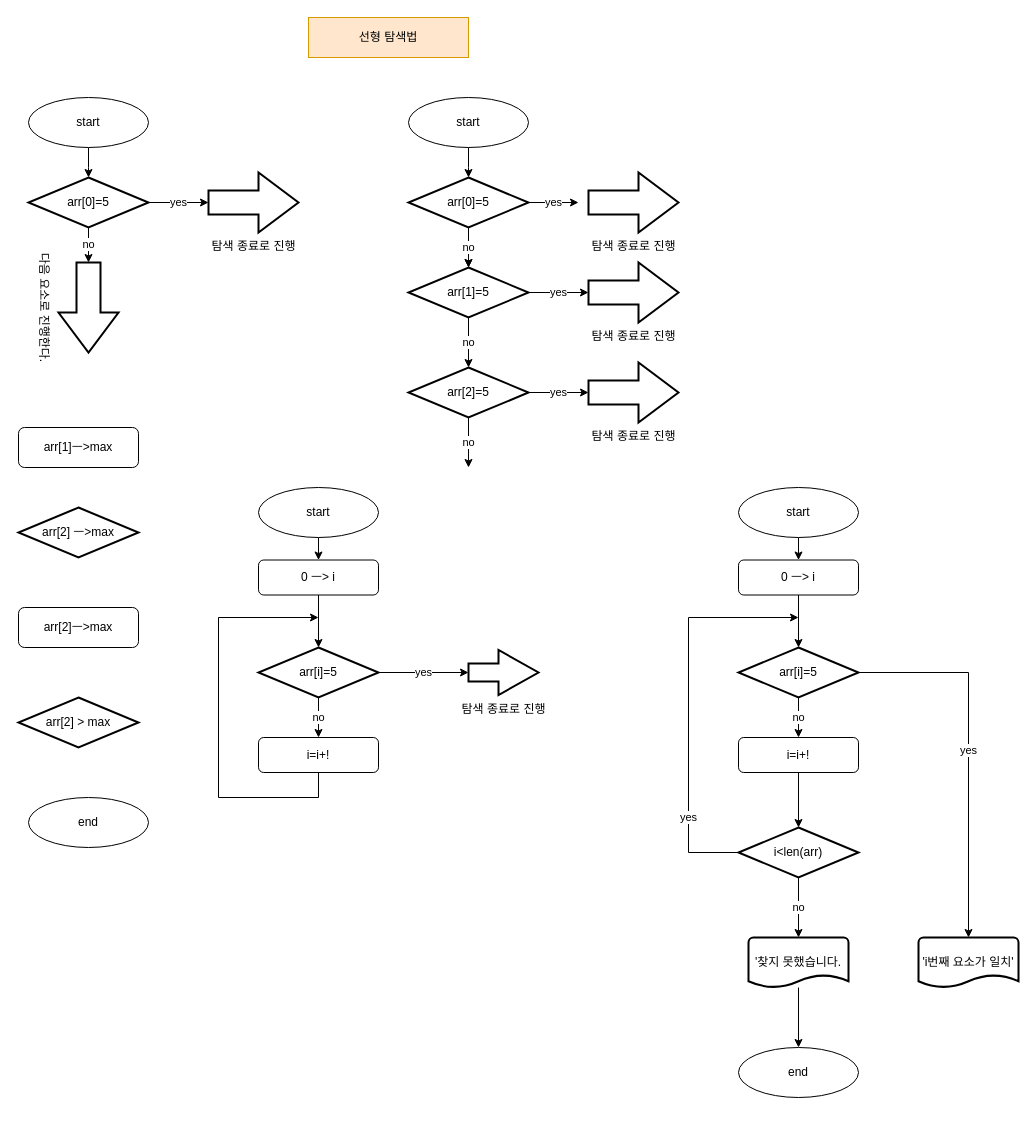
Earlier version of the draw.io diagram 순서도_탐색_이진탐색법.drawio (Minjsi/ai). Source tidied: cells renumbered, new cells numbered last; positions are measured from the earlier drawing's top-left corner, leaving out a move shared by most shapes. Both pictures are drawn from the tidied source at 100%, with x=0, y=0 at pixel (18, 17).
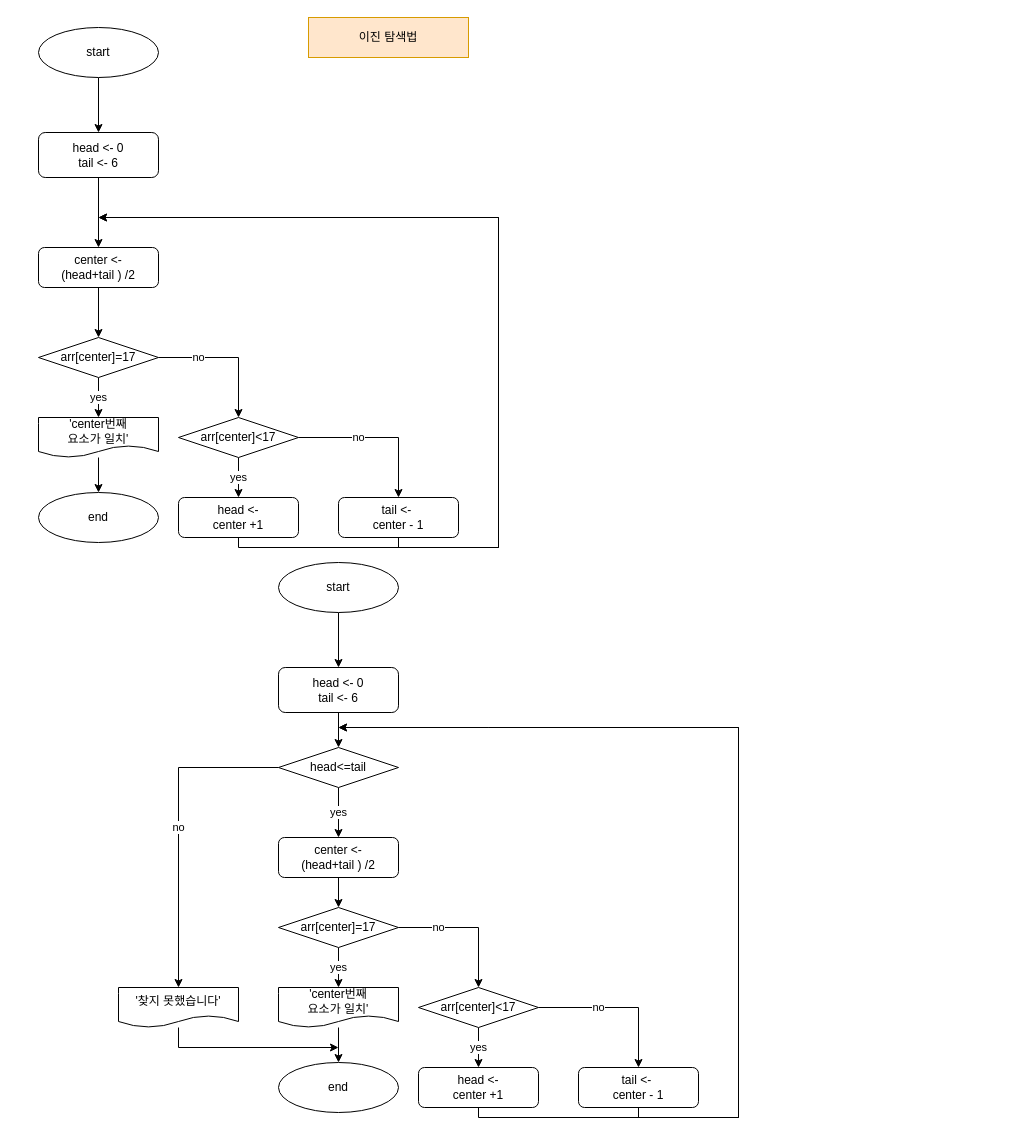
After the change.

What changed in the source:
```diff
@@
-    <mxCell id="2" value="선형 탐색법" style="rounded=0;whiteSpace=wrap;html=1;fillColor=#ffe6cc;strokeColor=#d79b00;" parent="1" vertex="1">
+    <mxCell id="2" value="이진 탐색법" style="rounded=0;whiteSpace=wrap;html=1;fillColor=#ffe6cc;strokeColor=#d79b00;" parent="1" vertex="1">
       <mxGeometry x="290" width="160" height="40" as="geometry" />
     </mxCell>
-    <mxCell id="3" style="edgeStyle=orthogonalEdgeStyle;rounded=0;jettySize=auto;html=1;" parent="1" edge="1" source="4">
-      <mxGeometry relative="1" as="geometry">
-        <mxPoint x="70" y="160" as="targetPoint" />
-      </mxGeometry>
-    </mxCell>
-    <mxCell id="4" value="start" style="ellipse;whiteSpace=wrap;html=1;" parent="1" vertex="1">
-      <mxGeometry x="10" y="80" width="120" height="50" as="geometry" />
-    </mxCell>
-    <mxCell id="5" value="end" style="ellipse;whiteSpace=wrap;html=1;" parent="1" vertex="1">
-      <mxGeometry x="10" y="780" width="120" height="50" as="geometry" />
-    </mxCell>
-    <mxCell id="6" value="yes" style="edgeStyle=orthogonalEdgeStyle;rounded=0;jettySize=auto;html=1;entryX=0;entryY=0.5;entryDx=0;entryDy=0;entryPerimeter=0;" parent="1" edge="1" source="8" target="13">
-      <mxGeometry relative="1" as="geometry" />
-    </mxCell>
-    <mxCell id="7" value="no" style="edgeStyle=orthogonalEdgeStyle;rounded=0;jettySize=auto;html=1;entryX=0;entryY=0.5;entryDx=0;entryDy=0;entryPerimeter=0;" parent="1" edge="1" source="8" target="14">
-      <mxGeometry relative="1" as="geometry" />
-    </mxCell>
-    <mxCell id="8" value="arr[0]=5" style="strokeWidth=2;html=1;shape=mxgraph.flowchart.decision;whiteSpace=wrap;" parent="1" vertex="1">
-      <mxGeometry x="10" y="160" width="120" height="50" as="geometry" />
-    </mxCell>
-    <mxCell id="9" value="arr[2] ㅡ&amp;gt;max" style="strokeWidth=2;html=1;shape=mxgraph.flowchart.decision;whiteSpace=wrap;" parent="1" vertex="1">
-      <mxGeometry y="490" width="120" height="50" as="geometry" />
-    </mxCell>
-    <mxCell id="10" value="arr[2] &amp;gt; max" style="strokeWidth=2;html=1;shape=mxgraph.flowchart.decision;whiteSpace=wrap;" parent="1" vertex="1">
-      <mxGeometry y="680" width="120" height="50" as="geometry" />
-    </mxCell>
-    <mxCell id="11" value="arr[1]ㅡ&amp;gt;max" style="rounded=1;whiteSpace=wrap;html=1;" parent="1" vertex="1">
-      <mxGeometry y="410" width="120" height="40" as="geometry" />
-    </mxCell>
-    <mxCell id="12" value="arr[2]ㅡ&amp;gt;max" style="rounded=1;whiteSpace=wrap;html=1;" parent="1" vertex="1">
-      <mxGeometry y="590" width="120" height="40" as="geometry" />
-    </mxCell>
-    <mxCell id="13" value="탐색 종료로 진행" style="verticalLabelPosition=bottom;verticalAlign=top;html=1;strokeWidth=2;shape=mxgraph.arrows2.arrow;dy=0.6;dx=40;notch=0;" parent="1" vertex="1">
-      <mxGeometry x="190" y="155" width="90" height="60" as="geometry" />
-    </mxCell>
-    <mxCell id="14" value="다음 요소로 진행한다." style="verticalLabelPosition=bottom;verticalAlign=top;html=1;strokeWidth=2;shape=mxgraph.arrows2.arrow;dy=0.6;dx=40;notch=0;rotation=90;" parent="1" vertex="1">
-      <mxGeometry x="25" y="260" width="90" height="60" as="geometry" />
-    </mxCell>
-    <mxCell id="15" style="edgeStyle=orthogonalEdgeStyle;rounded=0;jettySize=auto;html=1;" parent="1" edge="1" source="16">
-      <mxGeometry relative="1" as="geometry">
-        <mxPoint x="450" y="160" as="targetPoint" />
-      </mxGeometry>
-    </mxCell>
-    <mxCell id="16" value="start" style="ellipse;whiteSpace=wrap;html=1;" parent="1" vertex="1">
-      <mxGeometry x="390" y="80" width="120" height="50" as="geometry" />
-    </mxCell>
-    <mxCell id="17" style="edgeStyle=orthogonalEdgeStyle;rounded=0;jettySize=auto;html=1;" parent="1" edge="1" source="20" target="23">
-      <mxGeometry relative="1" as="geometry" />
-    </mxCell>
-    <mxCell id="18" value="yes" style="edgeStyle=orthogonalEdgeStyle;rounded=0;jettySize=auto;html=1;" parent="1" edge="1" source="20">
-      <mxGeometry relative="1" as="geometry">
-        <mxPoint x="560" y="185" as="targetPoint" />
-      </mxGeometry>
-    </mxCell>
-    <mxCell id="19" value="no" style="edgeStyle=orthogonalEdgeStyle;rounded=0;jettySize=auto;html=1;" parent="1" edge="1" source="20" target="23">
-      <mxGeometry relative="1" as="geometry" />
-    </mxCell>
-    <mxCell id="20" value="arr[0]=5" style="strokeWidth=2;html=1;shape=mxgraph.flowchart.decision;whiteSpace=wrap;" parent="1" vertex="1">
-      <mxGeometry x="390" y="160" width="120" height="50" as="geometry" />
-    </mxCell>
-    <mxCell id="21" value="no" style="edgeStyle=orthogonalEdgeStyle;rounded=0;jettySize=auto;html=1;" parent="1" edge="1" source="23" target="26">
-      <mxGeometry relative="1" as="geometry" />
-    </mxCell>
-    <mxCell id="22" value="yes" style="edgeStyle=orthogonalEdgeStyle;rounded=0;jettySize=auto;html=1;" parent="1" edge="1" source="23" target="28">
-      <mxGeometry relative="1" as="geometry" />
-    </mxCell>
-    <mxCell id="23" value="arr[1]=5" style="strokeWidth=2;html=1;shape=mxgraph.flowchart.decision;whiteSpace=wrap;" parent="1" vertex="1">
-      <mxGeometry x="390" y="250" width="120" height="50" as="geometry" />
-    </mxCell>
-    <mxCell id="24" value="yes" style="edgeStyle=orthogonalEdgeStyle;rounded=0;jettySize=auto;html=1;" parent="1" edge="1" source="26" target="29">
-      <mxGeometry relative="1" as="geometry" />
-    </mxCell>
-    <mxCell id="25" value="no" style="edgeStyle=orthogonalEdgeStyle;rounded=0;jettySize=auto;html=1;" parent="1" edge="1" source="26">
-      <mxGeometry relative="1" as="geometry">
-        <mxPoint x="450" y="450" as="targetPoint" />
-      </mxGeometry>
-    </mxCell>
-    <mxCell id="26" value="arr[2]=5" style="strokeWidth=2;html=1;shape=mxgraph.flowchart.decision;whiteSpace=wrap;" parent="1" vertex="1">
-      <mxGeometry x="390" y="350" width="120" height="50" as="geometry" />
-    </mxCell>
-    <mxCell id="27" value="탐색 종료로 진행" style="verticalLabelPosition=bottom;verticalAlign=top;html=1;strokeWidth=2;shape=mxgraph.arrows2.arrow;dy=0.6;dx=40;notch=0;" parent="1" vertex="1">
-      <mxGeometry x="570" y="155" width="90" height="60" as="geometry" />
-    </mxCell>
-    <mxCell id="28" value="탐색 종료로 진행" style="verticalLabelPosition=bottom;verticalAlign=top;html=1;strokeWidth=2;shape=mxgraph.arrows2.arrow;dy=0.6;dx=40;notch=0;" parent="1" vertex="1">
-      <mxGeometry x="570" y="245" width="90" height="60" as="geometry" />
-    </mxCell>
-    <mxCell id="29" value="탐색 종료로 진행" style="verticalLabelPosition=bottom;verticalAlign=top;html=1;strokeWidth=2;shape=mxgraph.arrows2.arrow;dy=0.6;dx=40;notch=0;" parent="1" vertex="1">
-      <mxGeometry x="570" y="345" width="90" height="60" as="geometry" />
-    </mxCell>
-    <mxCell id="30" style="edgeStyle=orthogonalEdgeStyle;rounded=0;jettySize=auto;html=1;" parent="1" edge="1" source="31" target="36">
-      <mxGeometry relative="1" as="geometry" />
-    </mxCell>
-    <mxCell id="31" value="start" style="ellipse;whiteSpace=wrap;html=1;" parent="1" vertex="1">
-      <mxGeometry x="240" y="470" width="120" height="50" as="geometry" />
-    </mxCell>
-    <mxCell id="32" value="no" style="edgeStyle=orthogonalEdgeStyle;rounded=0;jettySize=auto;html=1;entryX=0.5;entryY=0;entryDx=0;entryDy=0;" parent="1" edge="1" source="34" target="38">
-      <mxGeometry relative="1" as="geometry" />
-    </mxCell>
-    <mxCell id="33" value="yes" style="edgeStyle=orthogonalEdgeStyle;rounded=0;jettySize=auto;html=1;exitX=1;exitY=0.5;exitDx=0;exitDy=0;exitPerimeter=0;entryX=0;entryY=0.5;entryDx=0;entryDy=0;entryPerimeter=0;" parent="1" edge="1" source="34" target="39">
-      <mxGeometry relative="1" as="geometry" />
-    </mxCell>
-    <mxCell id="34" value="arr[i]=5" style="strokeWidth=2;html=1;shape=mxgraph.flowchart.decision;whiteSpace=wrap;" parent="1" vertex="1">
-      <mxGeometry x="240" y="630" width="120" height="50" as="geometry" />
-    </mxCell>
-    <mxCell id="35" style="edgeStyle=orthogonalEdgeStyle;rounded=0;jettySize=auto;html=1;" parent="1" edge="1" source="36" target="34">
-      <mxGeometry relative="1" as="geometry" />
-    </mxCell>
-    <mxCell id="36" value="0 ㅡ&amp;gt; i" style="rounded=1;whiteSpace=wrap;html=1;" parent="1" vertex="1">
-      <mxGeometry x="240" y="542.5" width="120" height="35" as="geometry" />
-    </mxCell>
-    <mxCell id="37" style="edgeStyle=orthogonalEdgeStyle;rounded=0;jettySize=auto;html=1;" parent="1" edge="1" source="38">
-      <mxGeometry relative="1" as="geometry">
-        <mxPoint x="300" y="600" as="targetPoint" />
-        <Array as="points">
-          <mxPoint x="300" y="780" />
-          <mxPoint x="200" y="780" />
-        </Array>
-      </mxGeometry>
-    </mxCell>
-    <mxCell id="38" value="i=i+!" style="rounded=1;whiteSpace=wrap;html=1;" parent="1" vertex="1">
-      <mxGeometry x="240" y="720" width="120" height="35" as="geometry" />
-    </mxCell>
-    <mxCell id="39" value="탐색 종료로 진행" style="verticalLabelPosition=bottom;verticalAlign=top;html=1;strokeWidth=2;shape=mxgraph.arrows2.arrow;dy=0.6;dx=40;notch=0;" parent="1" vertex="1">
-      <mxGeometry x="450" y="632.5" width="70" height="45" as="geometry" />
-    </mxCell>
-    <mxCell id="40" style="edgeStyle=orthogonalEdgeStyle;rounded=0;jettySize=auto;html=1;" parent="1" edge="1" source="41" target="46">
-      <mxGeometry relative="1" as="geometry" />
-    </mxCell>
-    <mxCell id="41" value="start" style="ellipse;whiteSpace=wrap;html=1;" parent="1" vertex="1">
-      <mxGeometry x="720" y="470" width="120" height="50" as="geometry" />
-    </mxCell>
-    <mxCell id="42" value="no" style="edgeStyle=orthogonalEdgeStyle;rounded=0;jettySize=auto;html=1;entryX=0.5;entryY=0;entryDx=0;entryDy=0;" parent="1" edge="1" source="44" target="48">
-      <mxGeometry relative="1" as="geometry" />
-    </mxCell>
-    <mxCell id="43" value="yes" style="edgeStyle=orthogonalEdgeStyle;rounded=0;jettySize=auto;html=1;exitX=1;exitY=0.5;exitDx=0;exitDy=0;exitPerimeter=0;entryX=0.5;entryY=0;entryDx=0;entryDy=0;entryPerimeter=0;" parent="1" edge="1" source="44" target="55">
-      <mxGeometry relative="1" as="geometry" />
-    </mxCell>
-    <mxCell id="44" value="arr[i]=5" style="strokeWidth=2;html=1;shape=mxgraph.flowchart.decision;whiteSpace=wrap;" parent="1" vertex="1">
-      <mxGeometry x="720" y="630" width="120" height="50" as="geometry" />
-    </mxCell>
-    <mxCell id="45" style="edgeStyle=orthogonalEdgeStyle;rounded=0;jettySize=auto;html=1;" parent="1" edge="1" source="46" target="44">
-      <mxGeometry relative="1" as="geometry" />
-    </mxCell>
-    <mxCell id="46" value="0 ㅡ&amp;gt; i" style="rounded=1;whiteSpace=wrap;html=1;" parent="1" vertex="1">
-      <mxGeometry x="720" y="542.5" width="120" height="35" as="geometry" />
-    </mxCell>
-    <mxCell id="47" style="edgeStyle=orthogonalEdgeStyle;rounded=0;jettySize=auto;html=1;" parent="1" edge="1" source="48" target="51">
-      <mxGeometry relative="1" as="geometry" />
-    </mxCell>
-    <mxCell id="48" value="i=i+!" style="rounded=1;whiteSpace=wrap;html=1;" parent="1" vertex="1">
-      <mxGeometry x="720" y="720" width="120" height="35" as="geometry" />
-    </mxCell>
-    <mxCell id="49" value="no" style="edgeStyle=orthogonalEdgeStyle;rounded=0;jettySize=auto;html=1;" parent="1" edge="1" source="51" target="53">
-      <mxGeometry relative="1" as="geometry" />
-    </mxCell>
-    <mxCell id="50" value="yes" style="edgeStyle=orthogonalEdgeStyle;rounded=0;jettySize=auto;html=1;" parent="1" edge="1" source="51">
-      <mxGeometry x="-0.57" relative="1" as="geometry">
-        <mxPoint x="780" y="600" as="targetPoint" />
-        <Array as="points">
-          <mxPoint x="670" y="835" />
-          <mxPoint x="670" y="600" />
-        </Array>
-      </mxGeometry>
-    </mxCell>
-    <mxCell id="51" value="i&amp;lt;len(arr)" style="strokeWidth=2;html=1;shape=mxgraph.flowchart.decision;whiteSpace=wrap;" parent="1" vertex="1">
-      <mxGeometry x="720" y="810" width="120" height="50" as="geometry" />
-    </mxCell>
-    <mxCell id="52" style="edgeStyle=orthogonalEdgeStyle;rounded=0;jettySize=auto;html=1;entryX=0.5;entryY=0;entryDx=0;entryDy=0;" parent="1" edge="1" source="53" target="54">
-      <mxGeometry relative="1" as="geometry" />
-    </mxCell>
-    <mxCell id="53" value="'찾지 못했습니다." style="strokeWidth=2;html=1;shape=mxgraph.flowchart.document2;whiteSpace=wrap;size=0.25;" parent="1" vertex="1">
-      <mxGeometry x="730" y="920" width="100" height="50" as="geometry" />
-    </mxCell>
+    <mxCell id="56" style="edgeStyle=orthogonalEdgeStyle;rounded=0;jettySize=auto;html=1;" parent="1" edge="1" source="54" target="58">
+      <mxGeometry relative="1" as="geometry" />
+    </mxCell>
-    <mxCell id="54" value="end" style="ellipse;whiteSpace=wrap;html=1;" parent="1" vertex="1">
-      <mxGeometry x="720" y="1030" width="120" height="50" as="geometry" />
+    <mxCell id="54" value="start" style="ellipse;whiteSpace=wrap;html=1;" parent="1" vertex="1">
+      <mxGeometry x="20" y="10" width="120" height="50" as="geometry" />
     </mxCell>
-    <mxCell id="55" value="'i번째 요소가 일치'" style="strokeWidth=2;html=1;shape=mxgraph.flowchart.document2;whiteSpace=wrap;size=0.25;" parent="1" vertex="1">
-      <mxGeometry x="900" y="920" width="100" height="50" as="geometry" />
-    </mxCell>
+    <mxCell id="57" style="edgeStyle=orthogonalEdgeStyle;rounded=0;jettySize=auto;html=1;" parent="1" edge="1" source="58" target="60">
+      <mxGeometry relative="1" as="geometry" />
+    </mxCell>
+    <mxCell id="58" value="head &amp;lt;- 0&lt;br&gt;tail &amp;lt;- 6" style="rounded=1;whiteSpace=wrap;html=1;" parent="1" vertex="1">
+      <mxGeometry x="20" y="115" width="120" height="45" as="geometry" />
+    </mxCell>
+    <mxCell id="59" style="edgeStyle=orthogonalEdgeStyle;rounded=0;jettySize=auto;html=1;" parent="1" edge="1" source="60" target="63">
+      <mxGeometry relative="1" as="geometry" />
+    </mxCell>
+    <mxCell id="60" value="center &amp;lt;-&lt;br&gt;(head+tail ) /2" style="rounded=1;whiteSpace=wrap;html=1;" parent="1" vertex="1">
+      <mxGeometry x="20" y="230" width="120" height="40" as="geometry" />
+    </mxCell>
+    <mxCell id="61" value="yes" style="edgeStyle=orthogonalEdgeStyle;rounded=0;jettySize=auto;html=1;" parent="1" edge="1" source="63" target="65">
+      <mxGeometry relative="1" as="geometry" />
+    </mxCell>
+    <mxCell id="62" value="no" style="edgeStyle=orthogonalEdgeStyle;rounded=0;jettySize=auto;html=1;entryX=0.5;entryY=0;entryDx=0;entryDy=0;" parent="1" edge="1" source="63" target="68">
+      <mxGeometry x="-0.43" relative="1" as="geometry" />
+    </mxCell>
+    <mxCell id="63" value="arr[center]=17" style="rhombus;whiteSpace=wrap;html=1;" parent="1" vertex="1">
+      <mxGeometry x="20" y="320" width="120" height="40" as="geometry" />
+    </mxCell>
+    <mxCell id="64" style="edgeStyle=orthogonalEdgeStyle;rounded=0;jettySize=auto;html=1;" parent="1" edge="1" source="65" target="73">
+      <mxGeometry relative="1" as="geometry" />
+    </mxCell>
+    <mxCell id="65" value="'center번째&lt;br&gt;요소가 일치'" style="shape=document;whiteSpace=wrap;html=1;boundedLbl=1;" parent="1" vertex="1">
+      <mxGeometry x="20" y="400" width="120" height="40" as="geometry" />
+    </mxCell>
+    <mxCell id="66" value="yes" style="edgeStyle=orthogonalEdgeStyle;rounded=0;jettySize=auto;html=1;" parent="1" edge="1" source="68" target="70">
+      <mxGeometry relative="1" as="geometry" />
+    </mxCell>
+    <mxCell id="67" value="no" style="edgeStyle=orthogonalEdgeStyle;rounded=0;jettySize=auto;html=1;entryX=0.5;entryY=0;entryDx=0;entryDy=0;" parent="1" edge="1" source="68" target="72">
+      <mxGeometry x="-0.25" relative="1" as="geometry" />
+    </mxCell>
+    <mxCell id="68" value="arr[center]&amp;lt;17" style="rhombus;whiteSpace=wrap;html=1;" parent="1" vertex="1">
+      <mxGeometry x="160" y="400" width="120" height="40" as="geometry" />
+    </mxCell>
+    <mxCell id="69" style="edgeStyle=orthogonalEdgeStyle;rounded=0;jettySize=auto;html=1;" parent="1" edge="1" source="70">
+      <mxGeometry relative="1" as="geometry">
+        <mxPoint x="80" y="200" as="targetPoint" />
+        <Array as="points">
+          <mxPoint x="220" y="530" />
+          <mxPoint x="480" y="530" />
+          <mxPoint x="480" y="200" />
+        </Array>
+      </mxGeometry>
+    </mxCell>
+    <mxCell id="70" value="head &amp;lt;-&lt;br&gt;center +1" style="rounded=1;whiteSpace=wrap;html=1;" parent="1" vertex="1">
+      <mxGeometry x="160" y="480" width="120" height="40" as="geometry" />
+    </mxCell>
+    <mxCell id="71" style="edgeStyle=orthogonalEdgeStyle;rounded=0;jettySize=auto;html=1;exitX=0.5;exitY=1;exitDx=0;exitDy=0;" parent="1" edge="1" source="72">
+      <mxGeometry relative="1" as="geometry">
+        <mxPoint x="80" y="200" as="targetPoint" />
+        <Array as="points">
+          <mxPoint x="380" y="530" />
+          <mxPoint x="480" y="530" />
+          <mxPoint x="480" y="200" />
+        </Array>
+      </mxGeometry>
+    </mxCell>
+    <mxCell id="72" value="tail &amp;lt;-&amp;nbsp;&lt;br&gt;center - 1" style="rounded=1;whiteSpace=wrap;html=1;" parent="1" vertex="1">
+      <mxGeometry x="320" y="480" width="120" height="40" as="geometry" />
+    </mxCell>
+    <mxCell id="73" value="end" style="ellipse;whiteSpace=wrap;html=1;" parent="1" vertex="1">
+      <mxGeometry x="20" y="475" width="120" height="50" as="geometry" />
+    </mxCell>
+    <mxCell id="74" style="edgeStyle=orthogonalEdgeStyle;rounded=0;jettySize=auto;html=1;" parent="1" edge="1" source="75" target="77">
+      <mxGeometry relative="1" as="geometry" />
+    </mxCell>
+    <mxCell id="75" value="start" style="ellipse;whiteSpace=wrap;html=1;" parent="1" vertex="1">
+      <mxGeometry x="260" y="545" width="120" height="50" as="geometry" />
+    </mxCell>
+    <mxCell id="76" style="edgeStyle=orthogonalEdgeStyle;rounded=0;jettySize=auto;html=1;" parent="1" edge="1" source="77" target="97">
+      <mxGeometry relative="1" as="geometry" />
+    </mxCell>
+    <mxCell id="77" value="head &amp;lt;- 0&lt;br&gt;tail &amp;lt;- 6" style="rounded=1;whiteSpace=wrap;html=1;" parent="1" vertex="1">
+      <mxGeometry x="260" y="650" width="120" height="45" as="geometry" />
+    </mxCell>
+    <mxCell id="78" style="edgeStyle=orthogonalEdgeStyle;rounded=0;jettySize=auto;html=1;" parent="1" edge="1" source="79" target="82">
+      <mxGeometry relative="1" as="geometry" />
+    </mxCell>
+    <mxCell id="79" value="center &amp;lt;-&lt;br&gt;(head+tail ) /2" style="rounded=1;whiteSpace=wrap;html=1;" parent="1" vertex="1">
+      <mxGeometry x="260" y="820" width="120" height="40" as="geometry" />
+    </mxCell>
+    <mxCell id="80" value="yes" style="edgeStyle=orthogonalEdgeStyle;rounded=0;jettySize=auto;html=1;" parent="1" edge="1" source="82" target="84">
+      <mxGeometry relative="1" as="geometry" />
+    </mxCell>
+    <mxCell id="81" value="no" style="edgeStyle=orthogonalEdgeStyle;rounded=0;jettySize=auto;html=1;entryX=0.5;entryY=0;entryDx=0;entryDy=0;" parent="1" edge="1" source="82" target="87">
+      <mxGeometry x="-0.43" relative="1" as="geometry" />
+    </mxCell>
+    <mxCell id="82" value="arr[center]=17" style="rhombus;whiteSpace=wrap;html=1;" parent="1" vertex="1">
+      <mxGeometry x="260" y="890" width="120" height="40" as="geometry" />
+    </mxCell>
+    <mxCell id="83" style="edgeStyle=orthogonalEdgeStyle;rounded=0;jettySize=auto;html=1;" parent="1" edge="1" source="84" target="92">
+      <mxGeometry relative="1" as="geometry" />
+    </mxCell>
+    <mxCell id="84" value="'center번째&lt;br&gt;요소가 일치'" style="shape=document;whiteSpace=wrap;html=1;boundedLbl=1;" parent="1" vertex="1">
+      <mxGeometry x="260" y="970" width="120" height="40" as="geometry" />
+    </mxCell>
+    <mxCell id="85" value="yes" style="edgeStyle=orthogonalEdgeStyle;rounded=0;jettySize=auto;html=1;" parent="1" edge="1" source="87" target="89">
+      <mxGeometry relative="1" as="geometry" />
+    </mxCell>
+    <mxCell id="86" value="no" style="edgeStyle=orthogonalEdgeStyle;rounded=0;jettySize=auto;html=1;entryX=0.5;entryY=0;entryDx=0;entryDy=0;" parent="1" edge="1" source="87" target="91">
+      <mxGeometry x="-0.25" relative="1" as="geometry" />
+    </mxCell>
+    <mxCell id="87" value="arr[center]&amp;lt;17" style="rhombus;whiteSpace=wrap;html=1;" parent="1" vertex="1">
+      <mxGeometry x="400" y="970" width="120" height="40" as="geometry" />
+    </mxCell>
+    <mxCell id="88" style="edgeStyle=orthogonalEdgeStyle;rounded=0;jettySize=auto;html=1;" parent="1" edge="1" source="89">
+      <mxGeometry relative="1" as="geometry">
+        <mxPoint x="320" y="710" as="targetPoint" />
+        <Array as="points">
+          <mxPoint x="460" y="1100" />
+          <mxPoint x="720" y="1100" />
+          <mxPoint x="720" y="710" />
+          <mxPoint x="470" y="710" />
+        </Array>
+      </mxGeometry>
+    </mxCell>
+    <mxCell id="89" value="head &amp;lt;-&lt;br&gt;center +1" style="rounded=1;whiteSpace=wrap;html=1;" parent="1" vertex="1">
+      <mxGeometry x="400" y="1050" width="120" height="40" as="geometry" />
+    </mxCell>
+    <mxCell id="90" style="edgeStyle=orthogonalEdgeStyle;rounded=0;jettySize=auto;html=1;exitX=0.5;exitY=1;exitDx=0;exitDy=0;" parent="1" edge="1" source="91">
+      <mxGeometry relative="1" as="geometry">
+        <mxPoint x="320" y="710" as="targetPoint" />
+        <Array as="points">
+          <mxPoint x="620" y="1100" />
+          <mxPoint x="720" y="1100" />
+          <mxPoint x="720" y="710" />
+          <mxPoint x="470" y="710" />
+        </Array>
+      </mxGeometry>
+    </mxCell>
+    <mxCell id="91" value="tail &amp;lt;-&amp;nbsp;&lt;br&gt;center - 1" style="rounded=1;whiteSpace=wrap;html=1;" parent="1" vertex="1">
+      <mxGeometry x="560" y="1050" width="120" height="40" as="geometry" />
+    </mxCell>
+    <mxCell id="92" value="end" style="ellipse;whiteSpace=wrap;html=1;" parent="1" vertex="1">
+      <mxGeometry x="260" y="1045" width="120" height="50" as="geometry" />
+    </mxCell>
+    <mxCell id="93" style="edgeStyle=orthogonalEdgeStyle;rounded=0;jettySize=auto;html=1;" parent="1" edge="1" source="94">
+      <mxGeometry relative="1" as="geometry">
+        <mxPoint x="320" y="1030" as="targetPoint" />
+        <Array as="points">
+          <mxPoint x="160" y="1030" />
+        </Array>
+      </mxGeometry>
+    </mxCell>
+    <mxCell id="94" value="'찾지 못했습니다'" style="shape=document;whiteSpace=wrap;html=1;boundedLbl=1;" parent="1" vertex="1">
+      <mxGeometry x="100" y="970" width="120" height="40" as="geometry" />
+    </mxCell>
+    <mxCell id="95" value="yes" style="edgeStyle=orthogonalEdgeStyle;rounded=0;jettySize=auto;html=1;entryX=0.5;entryY=0;entryDx=0;entryDy=0;" parent="1" edge="1" source="97" target="79">
+      <mxGeometry relative="1" as="geometry" />
+    </mxCell>
+    <mxCell id="96" value="no" style="edgeStyle=orthogonalEdgeStyle;rounded=0;jettySize=auto;html=1;" parent="1" edge="1" source="97" target="94">
+      <mxGeometry relative="1" as="geometry" />
+    </mxCell>
+    <mxCell id="97" value="head&amp;lt;=tail" style="rhombus;whiteSpace=wrap;html=1;" parent="1" vertex="1">
+      <mxGeometry x="260" y="730" width="120" height="40" as="geometry" />
+    </mxCell>
```
